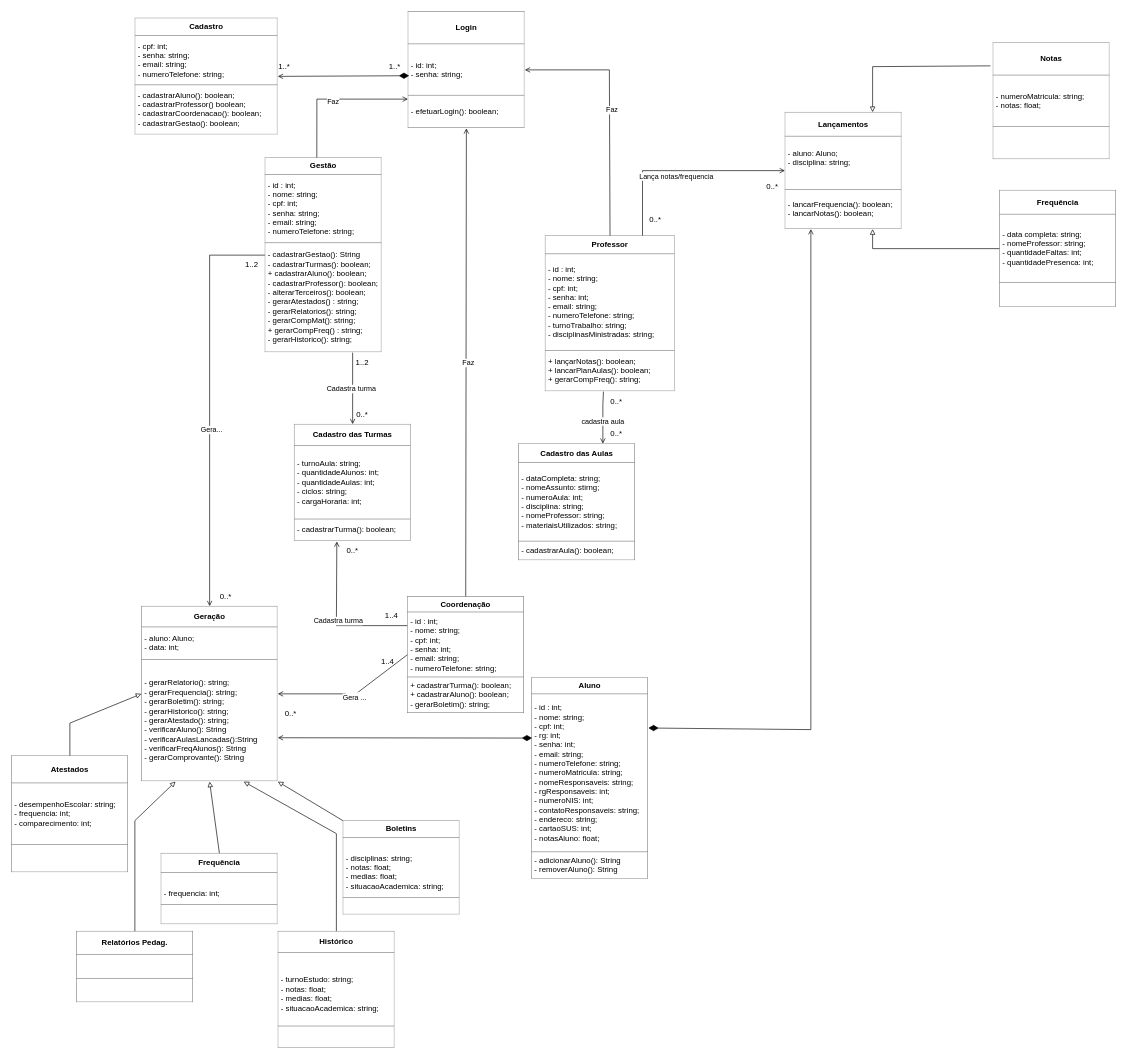
This is DIAGRAMA DE CLASSE.drawio from LizReis/An-lise-de-Sistemas, a draw.io file, before an edit. Source tidied: cells renumbered, new cells numbered last; positions are measured from the earlier drawing's top-left corner, leaving out a move shared by most shapes. Both pictures are drawn from the tidied source at 65%, with x=0, y=0 at pixel (11, 11).
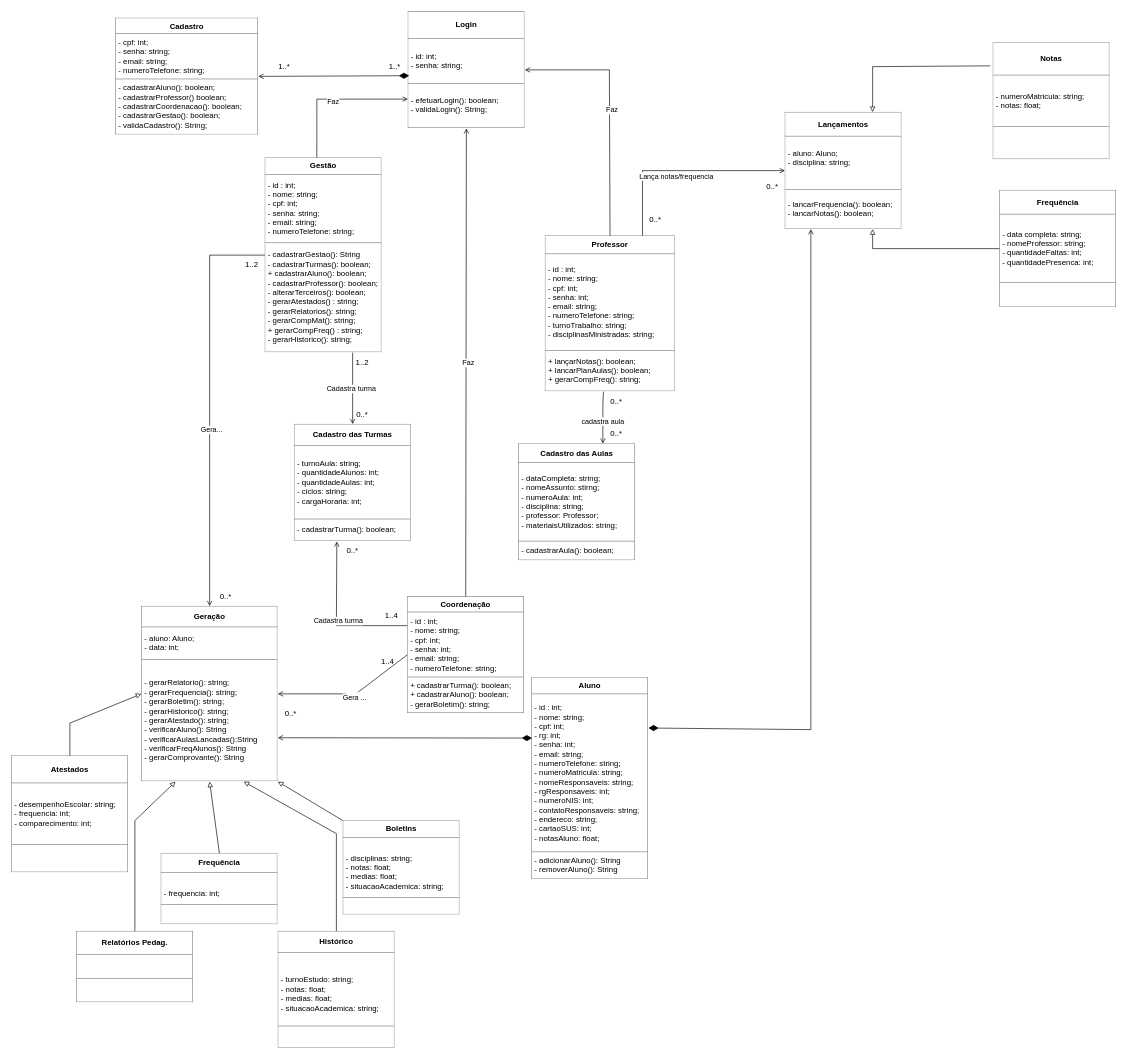
After the change.

What changed in the source:
```diff
@@
-    <mxCell id="5" value="&lt;table border=&quot;1&quot; width=&quot;100%&quot; height=&quot;100%&quot; cellpadding=&quot;4&quot; style=&quot;width:100%;height:100%;border-collapse:collapse;&quot;&gt;&lt;tbody&gt;&lt;tr&gt;&lt;th align=&quot;center&quot;&gt;&lt;b&gt;Login&lt;/b&gt;&lt;/th&gt;&lt;/tr&gt;&lt;tr&gt;&lt;td&gt;- id: int;&lt;br&gt;- senha: string;&lt;/td&gt;&lt;/tr&gt;&lt;tr&gt;&lt;td&gt;- efetuarLogin(): boolean;&lt;/td&gt;&lt;/tr&gt;&lt;/tbody&gt;&lt;/table&gt;" style="text;html=1;whiteSpace=wrap;strokeColor=none;fillColor=none;overflow=fill;" parent="1" vertex="1">
+    <mxCell id="5" value="&lt;table border=&quot;1&quot; width=&quot;100%&quot; height=&quot;100%&quot; cellpadding=&quot;4&quot; style=&quot;width:100%;height:100%;border-collapse:collapse;&quot;&gt;&lt;tbody&gt;&lt;tr&gt;&lt;th align=&quot;center&quot;&gt;&lt;b&gt;Login&lt;/b&gt;&lt;/th&gt;&lt;/tr&gt;&lt;tr&gt;&lt;td&gt;- id: int;&lt;br&gt;- senha: string;&lt;/td&gt;&lt;/tr&gt;&lt;tr&gt;&lt;td&gt;- efetuarLogin(): boolean;&lt;br&gt;- validaLogin(): String;&lt;br&gt;&lt;/td&gt;&lt;/tr&gt;&lt;/tbody&gt;&lt;/table&gt;" style="text;html=1;whiteSpace=wrap;strokeColor=none;fillColor=none;overflow=fill;" parent="1" vertex="1">
       <mxGeometry x="610" width="180" height="180" as="geometry" />
     </mxCell>
@@
-    <mxCell id="9" value="&lt;table border=&quot;1&quot; width=&quot;100%&quot; height=&quot;100%&quot; cellpadding=&quot;4&quot; style=&quot;width:100%;height:100%;border-collapse:collapse;&quot;&gt;&lt;tbody&gt;&lt;tr&gt;&lt;th align=&quot;center&quot;&gt;Cadastro das Aulas&lt;/th&gt;&lt;/tr&gt;&lt;tr&gt;&lt;td&gt;- dataCompleta: string;&lt;br&gt;- nomeAssunto: stirng;&lt;br&gt;- numeroAula: int;&lt;br&gt;- disciplina: string;&lt;br&gt;- nomeProfessor: string;&lt;br&gt;- materiaisUtilizados: string;&lt;/td&gt;&lt;/tr&gt;&lt;tr&gt;&lt;td&gt;- cadastrarAula(): boolean;&lt;/td&gt;&lt;/tr&gt;&lt;/tbody&gt;&lt;/table&gt;" style="text;html=1;whiteSpace=wrap;strokeColor=none;fillColor=none;overflow=fill;" parent="1" vertex="1">
+    <mxCell id="9" value="&lt;table border=&quot;1&quot; width=&quot;100%&quot; height=&quot;100%&quot; cellpadding=&quot;4&quot; style=&quot;width:100%;height:100%;border-collapse:collapse;&quot;&gt;&lt;tbody&gt;&lt;tr&gt;&lt;th align=&quot;center&quot;&gt;Cadastro das Aulas&lt;/th&gt;&lt;/tr&gt;&lt;tr&gt;&lt;td&gt;- dataCompleta: string;&lt;br&gt;- nomeAssunto: stirng;&lt;br&gt;- numeroAula: int;&lt;br&gt;- disciplina: string;&lt;br&gt;- professor: Professor;&lt;br&gt;- materiaisUtilizados: string;&lt;/td&gt;&lt;/tr&gt;&lt;tr&gt;&lt;td&gt;- cadastrarAula(): boolean;&lt;/td&gt;&lt;/tr&gt;&lt;/tbody&gt;&lt;/table&gt;" style="text;html=1;whiteSpace=wrap;strokeColor=none;fillColor=none;overflow=fill;" parent="1" vertex="1">
       <mxGeometry x="780" y="665" width="180" height="180" as="geometry" />
     </mxCell>
@@
-    <mxCell id="11" value="&lt;table border=&quot;1&quot; width=&quot;100%&quot; height=&quot;100%&quot; cellpadding=&quot;4&quot; style=&quot;width:100%;height:100%;border-collapse:collapse;&quot;&gt;&lt;tbody&gt;&lt;tr&gt;&lt;th align=&quot;center&quot;&gt;Cadastro&lt;/th&gt;&lt;/tr&gt;&lt;tr&gt;&lt;td&gt;- cpf: int;&lt;br&gt;- senha: string;&lt;br&gt;- email: string;&lt;br&gt;- numeroTelefone: string;&lt;/td&gt;&lt;/tr&gt;&lt;tr&gt;&lt;td&gt;- cadastrarAluno(): boolean;&lt;br&gt;- cadastrarProfessor() boolean;&lt;br&gt;- cadastrarCoordenacao(): boolean;&lt;br&gt;- cadastrarGestao(): boolean;&lt;br&gt;&lt;/td&gt;&lt;/tr&gt;&lt;/tbody&gt;&lt;/table&gt;" style="text;html=1;whiteSpace=wrap;strokeColor=none;fillColor=none;overflow=fill;" parent="1" vertex="1">
-      <mxGeometry x="190" y="10" width="220" height="180" as="geometry" />
+    <mxCell id="11" value="&lt;table border=&quot;1&quot; width=&quot;100%&quot; height=&quot;100%&quot; cellpadding=&quot;4&quot; style=&quot;width:100%;height:100%;border-collapse:collapse;&quot;&gt;&lt;tbody&gt;&lt;tr&gt;&lt;th align=&quot;center&quot;&gt;Cadastro&lt;/th&gt;&lt;/tr&gt;&lt;tr&gt;&lt;td&gt;- cpf: int;&lt;br&gt;- senha: string;&lt;br&gt;- email: string;&lt;br&gt;- numeroTelefone: string;&lt;/td&gt;&lt;/tr&gt;&lt;tr&gt;&lt;td&gt;- cadastrarAluno(): boolean;&lt;br&gt;- cadastrarProfessor() boolean;&lt;br&gt;- cadastrarCoordenacao(): boolean;&lt;br&gt;- cadastrarGestao(): boolean;&lt;br&gt;- validaCadastro(): String;&lt;/td&gt;&lt;/tr&gt;&lt;/tbody&gt;&lt;/table&gt;" style="text;html=1;whiteSpace=wrap;strokeColor=none;fillColor=none;overflow=fill;" parent="1" vertex="1">
+      <mxGeometry x="160" y="10" width="220" height="180" as="geometry" />
     </mxCell>
```
